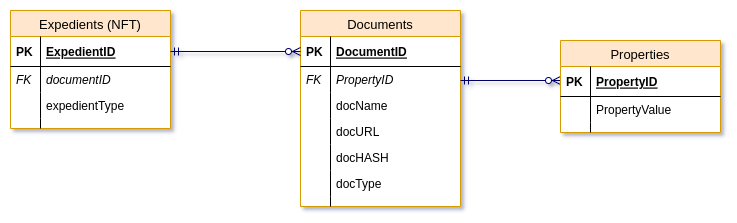
This is 3-smartcontract/images/1_WEDO_CMS_EntityRel.drawio.png from jvillenap/CMS-Secured-by-Blockchain, a draw.io export, as it was before one commit. Source tidied: cells renumbered, new cells last; positions are measured from the earlier drawing's top-left corner, leaving out a move shared by most shapes.
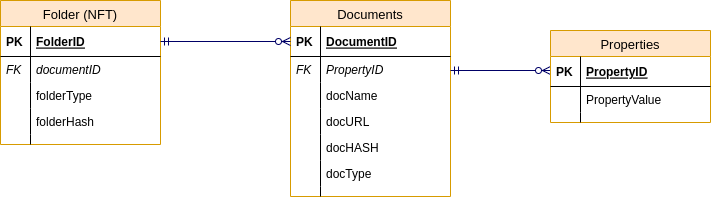
Above is the later version.

What changed in the source:
```diff
@@ -2,10 +2,10 @@
   <root>
     <mxCell id="0" />
     <mxCell id="1" parent="0" />
-    <mxCell id="2" value="Expedients (NFT)" style="swimlane;fontStyle=0;horizontal=1;startSize=26;fillColor=#ffe6cc;swimlaneFillColor=#ffffff;align=center;strokeWidth=1;fontSize=13;strokeColor=#d79b00;" parent="1" vertex="1">
-      <mxGeometry width="160" height="118" as="geometry" />
+    <mxCell id="2" value="Folder (NFT)" style="swimlane;fontStyle=0;horizontal=1;startSize=26;fillColor=#ffe6cc;swimlaneFillColor=#ffffff;align=center;strokeWidth=1;fontSize=13;strokeColor=#d79b00;" parent="1" vertex="1">
+      <mxGeometry width="160" height="144" as="geometry" />
     </mxCell>
-    <mxCell id="3" value="ExpedientID" style="shape=partialRectangle;top=0;left=0;right=0;bottom=1;align=left;verticalAlign=middle;fillColor=none;spacingLeft=34;spacingRight=4;overflow=hidden;points=[[0,0.5],[1,0.5]];portConstraint=eastwest;fontStyle=5;" parent="2" vertex="1">
+    <mxCell id="3" value="FolderID" style="shape=partialRectangle;top=0;left=0;right=0;bottom=1;align=left;verticalAlign=middle;fillColor=none;spacingLeft=34;spacingRight=4;overflow=hidden;points=[[0,0.5],[1,0.5]];portConstraint=eastwest;fontStyle=5;" parent="2" vertex="1">
       <mxGeometry y="26" width="160" height="30" as="geometry" />
     </mxCell>
     <mxCell id="4" value="PK" style="shape=partialRectangle;top=0;left=0;bottom=0;fillColor=none;align=left;verticalAlign=middle;spacingLeft=4;spacingRight=4;overflow=hidden;fontStyle=1;" parent="3" vertex="1">
@@ -17,14 +17,20 @@
     <mxCell id="6" value="FK" style="shape=partialRectangle;top=0;left=0;bottom=0;fillColor=none;align=left;verticalAlign=top;spacingLeft=4;spacingRight=4;overflow=hidden;fontStyle=2;" parent="5" vertex="1">
       <mxGeometry width="30" height="26" as="geometry" />
     </mxCell>
-    <mxCell id="7" value="expedientType" style="shape=partialRectangle;top=0;left=0;right=0;bottom=0;align=left;verticalAlign=top;fillColor=none;spacingLeft=34;spacingRight=4;overflow=hidden;" parent="2" vertex="1">
+    <mxCell id="7" value="folderType" style="shape=partialRectangle;top=0;left=0;right=0;bottom=0;align=left;verticalAlign=top;fillColor=none;spacingLeft=34;spacingRight=4;overflow=hidden;" parent="2" vertex="1">
       <mxGeometry y="82" width="160" height="26" as="geometry" />
     </mxCell>
     <mxCell id="8" style="shape=partialRectangle;top=0;left=0;bottom=0;fillColor=none;align=left;verticalAlign=top;spacingLeft=4;spacingRight=4;overflow=hidden;" parent="7" vertex="1">
       <mxGeometry width="30" height="26" as="geometry" />
     </mxCell>
+    <mxCell id="35" value="folderHash" style="shape=partialRectangle;top=0;left=0;right=0;bottom=0;align=left;verticalAlign=top;fillColor=none;spacingLeft=34;spacingRight=4;overflow=hidden;fontStyle=0;" parent="2" vertex="1">
+      <mxGeometry y="108" width="160" height="26" as="geometry" />
+    </mxCell>
+    <mxCell id="36" style="shape=partialRectangle;top=0;left=0;bottom=0;fillColor=none;align=left;verticalAlign=top;spacingLeft=4;spacingRight=4;overflow=hidden;fontStyle=2;" parent="35" vertex="1">
+      <mxGeometry width="30" height="26" as="geometry" />
+    </mxCell>
     <mxCell id="9" style="shape=partialRectangle;top=0;left=0;right=0;bottom=0;align=left;verticalAlign=top;fillColor=none;spacingLeft=34;spacingRight=4;overflow=hidden;" parent="2" vertex="1">
-      <mxGeometry y="108" width="160" height="10" as="geometry" />
+      <mxGeometry y="134" width="160" height="10" as="geometry" />
     </mxCell>
     <mxCell id="10" style="shape=partialRectangle;top=0;left=0;bottom=0;fillColor=none;align=left;verticalAlign=top;spacingLeft=4;spacingRight=4;overflow=hidden;" parent="9" vertex="1">
       <mxGeometry width="30" height="10" as="geometry" />
```
